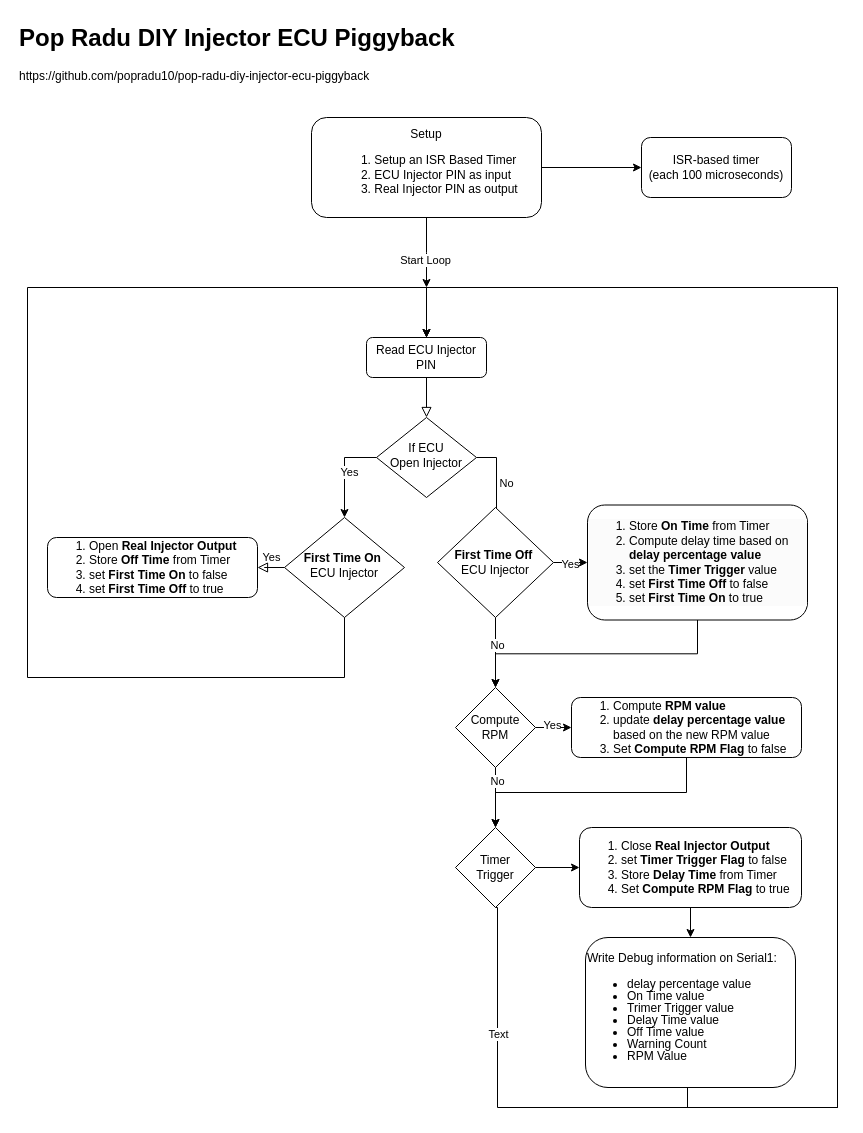
Earlier version of the draw.io diagram docs/diy-injector-ecu-piggyback.drawio.xml (popradu10/pop-radu-diy-injector-ecu-piggyback). Source tidied: cells renumbered, new cells numbered last; positions are measured from the earlier drawing's top-left corner, leaving out a move shared by most shapes. Both pictures are drawn from the tidied source at 100%, with x=0, y=0 at pixel (17, 17).
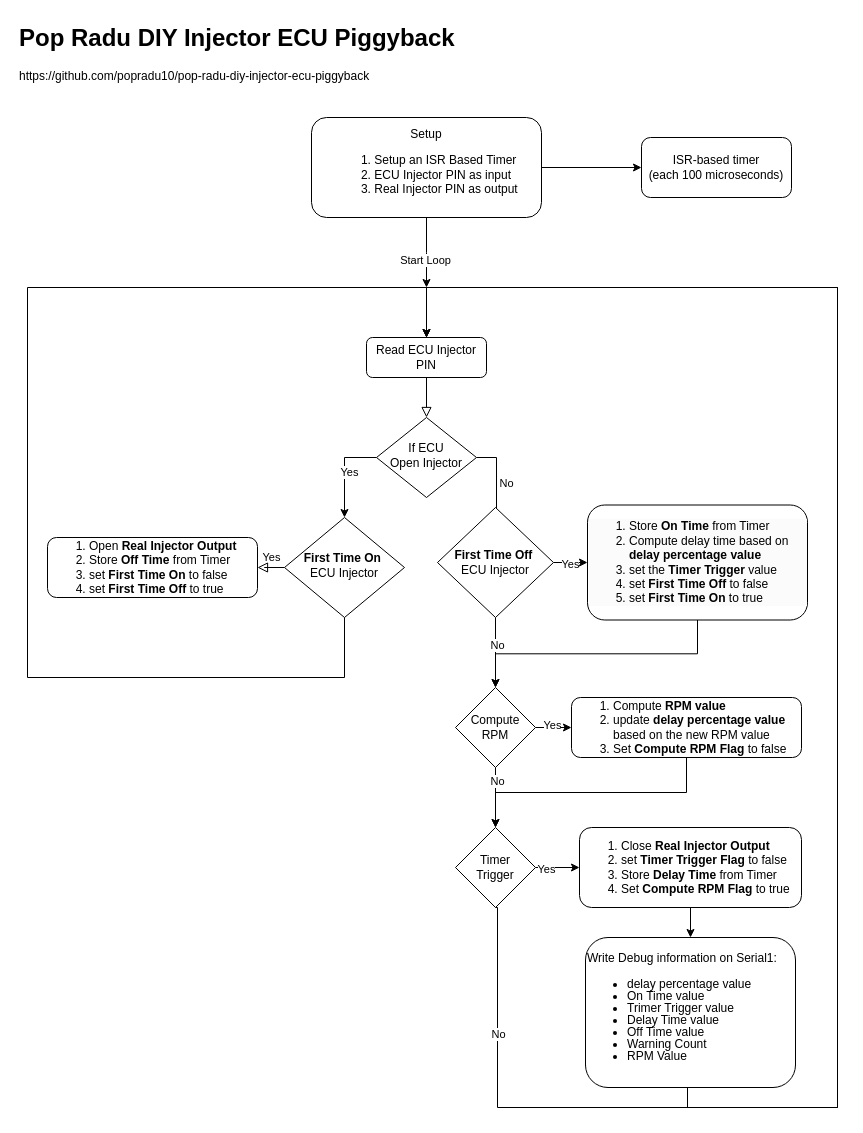
After the change.

Commit message (it also covers changes not shown here):
add Arduino code Flow Diagram

Unchanged cells that the change refers to:
```xml
<mxCell id="24" style="edgeStyle=orthogonalEdgeStyle;rounded=0;jettySize=auto;html=1;" parent="1" edge="1" source="27" target="31">
  <mxGeometry relative="1" as="geometry" />
</mxCell>
<mxCell id="25" style="edgeStyle=orthogonalEdgeStyle;rounded=0;jettySize=auto;html=1;exitX=0.5;exitY=1;exitDx=0;exitDy=0;entryX=0.5;entryY=0;entryDx=0;entryDy=0;" parent="1" edge="1" source="27" target="3">
  <mxGeometry relative="1" as="geometry">
    <Array as="points">
      <mxPoint x="480" y="890" />
      <mxPoint x="480" y="1090" />
      <mxPoint x="820" y="1090" />
      <mxPoint x="820" y="270" />
      <mxPoint x="409" y="270" />
    </Array>
  </mxGeometry>
</mxCell>
```

Diff of the diagram source:
```diff
@@
+    <mxCell id="40" value="Yes" style="edgeLabel;html=1;align=center;verticalAlign=middle;" parent="24" vertex="1">
+      <mxGeometry x="-0.55" y="-1" relative="1" as="geometry" />
+    </mxCell>
@@
-    <mxCell id="26" value="Text" style="edgeLabel;html=1;align=center;verticalAlign=middle;" parent="25" vertex="1">
+    <mxCell id="26" value="No" style="edgeLabel;html=1;align=center;verticalAlign=middle;" parent="25" vertex="1">
       <mxGeometry x="-0.86" relative="1" as="geometry" />
     </mxCell>
```
